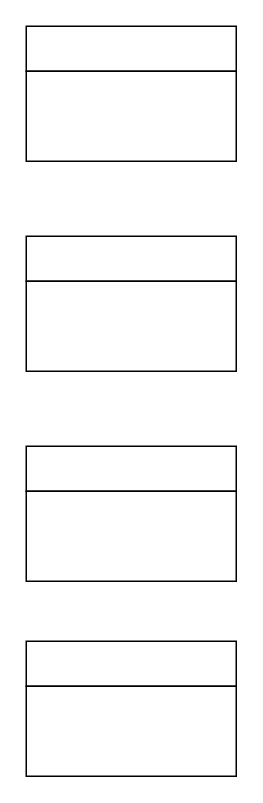
Above: Untitled Diagram.drawio in ahmadmohsin04/pointofsale (draw.io), before the change. Source tidied: cells renumbered, new cells numbered last; positions are measured from the earlier drawing's top-left corner, leaving out a move shared by most shapes. Both pictures are drawn from the tidied source at 150%, with x=0, y=0 at pixel (26, 26).
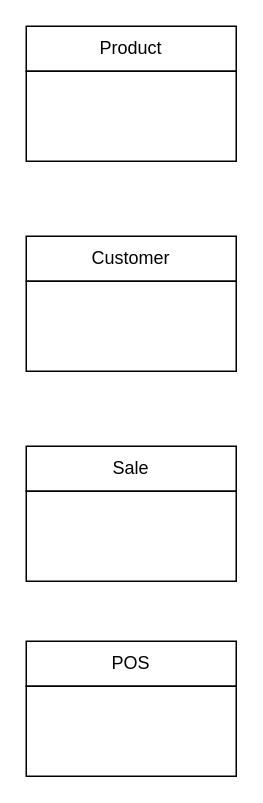
The same page after the edit.

What changed in the source:
```diff
@@
 <mxGraphModel>
   <root>
     <mxCell id="0" />
     <mxCell id="1" parent="0" />
-    <mxCell id="2" style="rounded=0;whiteSpace=wrap;html=1;" parent="1" vertex="1">
+    <mxCell id="2" value="Product" style="rounded=0;whiteSpace=wrap;html=1;" parent="1" vertex="1">
       <mxGeometry width="140" height="30" as="geometry" />
     </mxCell>
     <mxCell id="3" style="rounded=0;whiteSpace=wrap;html=1;" parent="1" vertex="1">
       <mxGeometry y="30" width="140" height="60" as="geometry" />
     </mxCell>
-    <mxCell id="4" style="rounded=0;whiteSpace=wrap;html=1;" parent="1" vertex="1">
+    <mxCell id="4" value="Customer" style="rounded=0;whiteSpace=wrap;html=1;" parent="1" vertex="1">
       <mxGeometry y="140" width="140" height="30" as="geometry" />
     </mxCell>
     <mxCell id="5" style="rounded=0;whiteSpace=wrap;html=1;" parent="1" vertex="1">
       <mxGeometry y="170" width="140" height="60" as="geometry" />
     </mxCell>
-    <mxCell id="6" style="rounded=0;whiteSpace=wrap;html=1;" parent="1" vertex="1">
+    <mxCell id="6" value="Sale" style="rounded=0;whiteSpace=wrap;html=1;" parent="1" vertex="1">
       <mxGeometry y="280" width="140" height="30" as="geometry" />
     </mxCell>
     <mxCell id="7" style="rounded=0;whiteSpace=wrap;html=1;" parent="1" vertex="1">
       <mxGeometry y="310" width="140" height="60" as="geometry" />
     </mxCell>
-    <mxCell id="8" style="rounded=0;whiteSpace=wrap;html=1;" parent="1" vertex="1">
+    <mxCell id="8" value="POS" style="rounded=0;whiteSpace=wrap;html=1;" parent="1" vertex="1">
       <mxGeometry y="410" width="140" height="30" as="geometry" />
     </mxCell>
     <mxCell id="9" style="rounded=0;whiteSpace=wrap;html=1;" parent="1" vertex="1">
       <mxGeometry y="440" width="140" height="60" as="geometry" />
     </mxCell>
   </root>
 </mxGraphModel>
```
